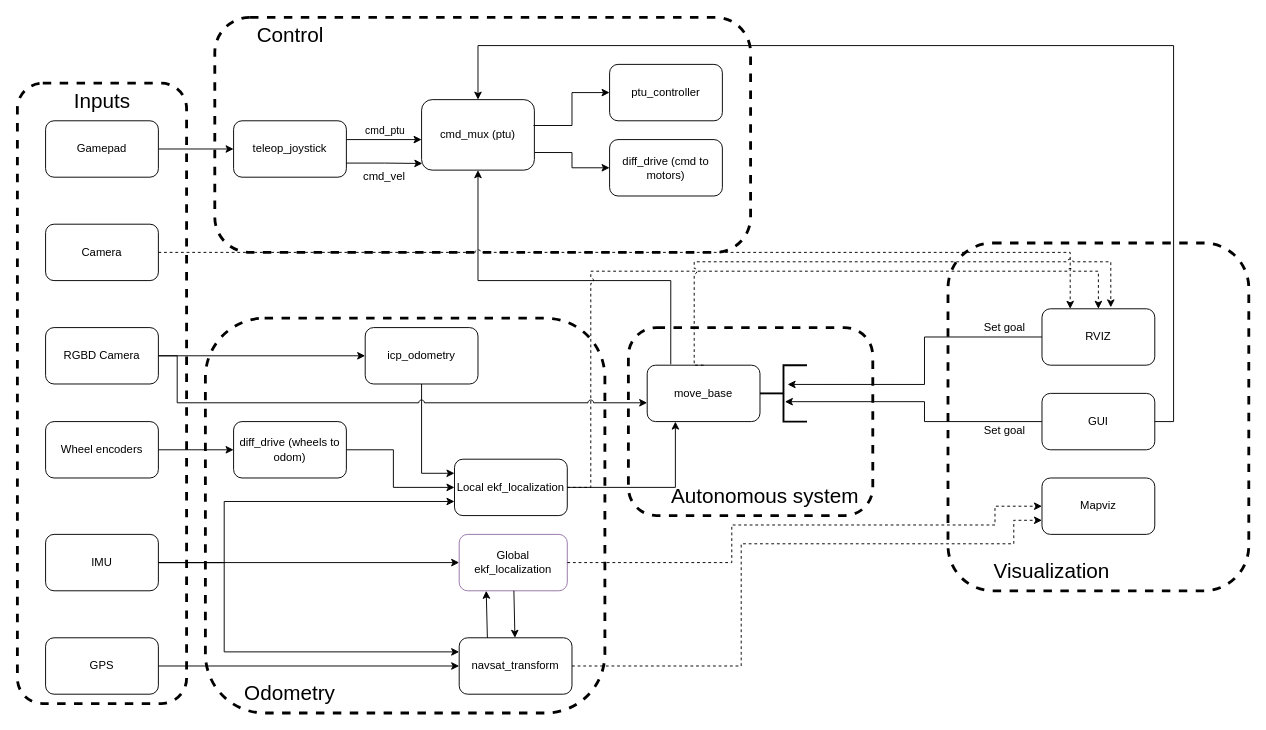
Above: doc/rover_diagram.drawio in robotique-udes/rover_udes (draw.io), before the change. Source tidied: cells renumbered, new cells numbered last; positions are measured from the earlier drawing's top-left corner, leaving out a move shared by most shapes. Both pictures are drawn from the tidied source at 94%, with x=0, y=0 at pixel (17, 17).
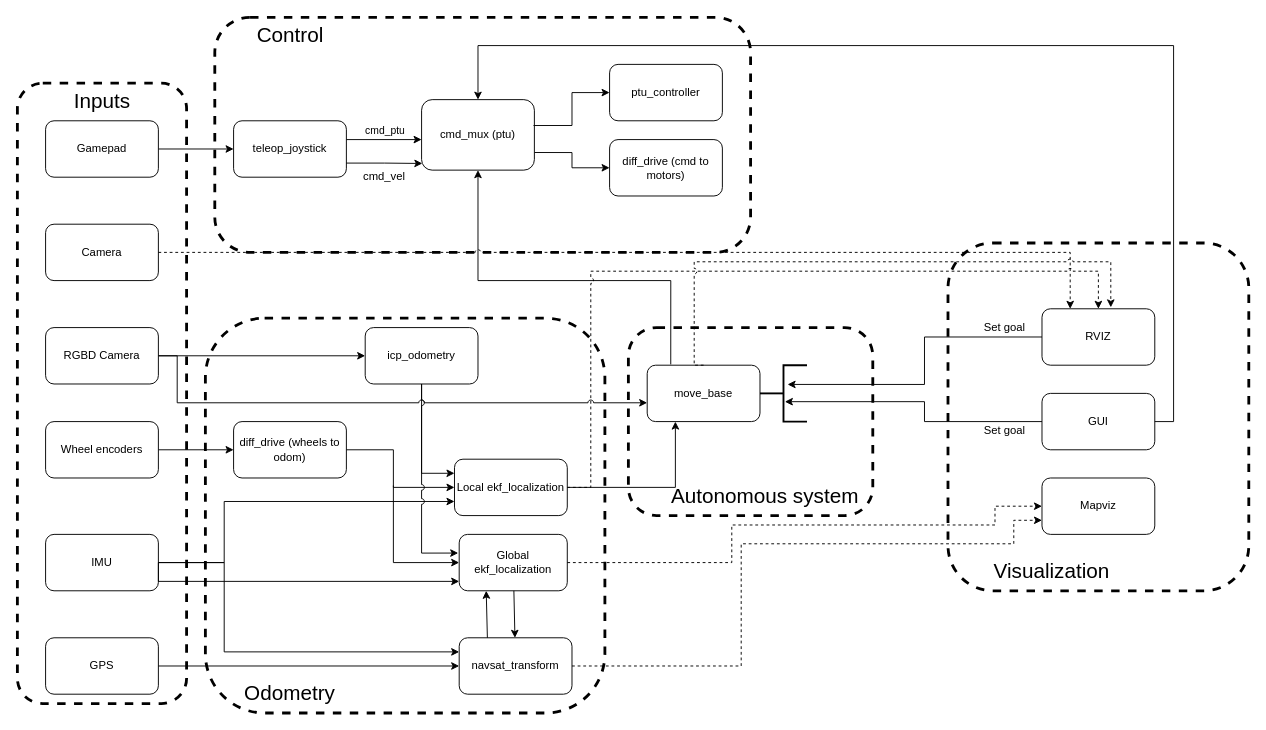
Above is the later version.

Commit message (it also covers changes not shown here):
Fixed rover_diagram error in the odometry subsystem

The change refers to these unchanged cells:
```xml
<mxCell id="13" value="IMU" style="rounded=1;whiteSpace=wrap;html=1;" parent="1" vertex="1">
  <mxGeometry x="30" y="550" width="120" height="60" as="geometry" />
</mxCell>
```

The edit, as a diff of the source:
```diff
@@
-    <mxCell id="23" value="Global ekf_localization" style="rounded=1;whiteSpace=wrap;html=1;strokeColor=#9673a6;fillColor=#FFFFFF;" parent="1" vertex="1">
+    <mxCell id="23" value="Global ekf_localization" style="rounded=1;whiteSpace=wrap;html=1;fillColor=#FFFFFF;" parent="1" vertex="1">
       <mxGeometry x="470" y="550" width="115" height="60" as="geometry" />
     </mxCell>
@@
-    <mxCell id="29" style="endArrow=classic;html=1;exitX=1;exitY=0.5;exitDx=0;exitDy=0;entryX=0;entryY=0.5;entryDx=0;entryDy=0;rounded=0;edgeStyle=orthogonalEdgeStyle;" parent="1" edge="1" source="13" target="23">
+    <mxCell id="29" style="endArrow=classic;html=1;exitX=1;exitY=0.5;exitDx=0;exitDy=0;rounded=0;edgeStyle=orthogonalEdgeStyle;" parent="1" edge="1" source="13">
       <mxGeometry relative="1" as="geometry">
+        <mxPoint x="470" y="600" as="targetPoint" />
         <Array as="points">
-          <mxPoint x="190" y="580" />
-          <mxPoint x="190" y="580" />
+          <mxPoint x="150" y="600" />
+          <mxPoint x="470" y="600" />
         </Array>
       </mxGeometry>
     </mxCell>
@@
+    <mxCell id="66" style="endArrow=classic;html=1;edgeStyle=orthogonalEdgeStyle;rounded=0;" parent="1" edge="1" target="23">
+      <mxGeometry relative="1" as="geometry">
+        <mxPoint x="400" y="498" as="sourcePoint" />
+        <Array as="points">
+          <mxPoint x="400" y="580" />
+        </Array>
+      </mxGeometry>
+    </mxCell>
+    <mxCell id="67" style="endArrow=classic;html=1;edgeStyle=orthogonalEdgeStyle;rounded=0;jumpStyle=arc;entryX=-0.009;entryY=0.331;entryDx=0;entryDy=0;entryPerimeter=0;" parent="1" edge="1" target="23">
+      <mxGeometry relative="1" as="geometry">
+        <mxPoint x="430" y="390" as="sourcePoint" />
+        <Array as="points">
+          <mxPoint x="430" y="570" />
+          <mxPoint x="468" y="570" />
+        </Array>
+      </mxGeometry>
+    </mxCell>
```
